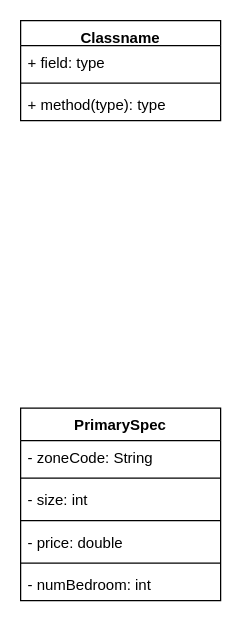
This is OOP/RealtyDatabase/RealtyDatabase.drawio from wang-owen/ICS4U, a draw.io file, before an edit. Source tidied: cells renumbered, new cells numbered last; positions are measured from the earlier drawing's top-left corner, leaving out a move shared by most shapes. Both pictures are drawn from the tidied source at 125%, with x=0, y=0 at pixel (20, 20).
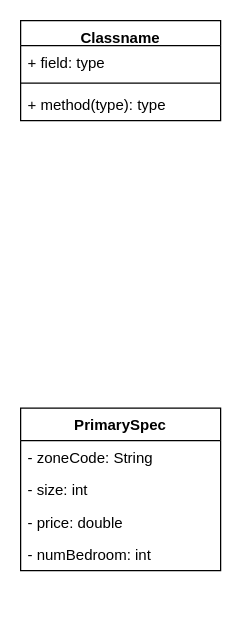
The same diagram, later.

Commit message:
primspec fields

The edit, as a diff of the source:
```diff
@@
 <mxGraphModel>
   <root>
     <mxCell id="0" />
     <mxCell id="1" parent="0" />
     <mxCell id="2" value="PrimarySpec" style="swimlane;fontStyle=1;align=center;verticalAlign=top;horizontal=1;startSize=26;" parent="1" vertex="1">
-      <mxGeometry y="310" width="160" height="154" as="geometry" />
+      <mxGeometry y="310" width="160" height="130" as="geometry" />
     </mxCell>
     <mxCell id="3" value="- zoneCode: String" style="text;strokeColor=none;fillColor=none;align=left;verticalAlign=top;spacingLeft=4;spacingRight=4;overflow=hidden;" parent="2" vertex="1">
       <mxGeometry y="26" width="160" height="26" as="geometry" />
     </mxCell>
-    <mxCell id="4" style="line;strokeWidth=1;fillColor=none;align=left;verticalAlign=middle;spacingTop=-1;spacingLeft=3;spacingRight=3;labelPosition=right;strokeColor=inherit;" parent="2" vertex="1">
-      <mxGeometry y="52" width="160" height="8" as="geometry" />
-    </mxCell>
     <mxCell id="5" value="- size: int" style="text;strokeColor=none;fillColor=none;align=left;verticalAlign=top;spacingLeft=4;spacingRight=4;overflow=hidden;" parent="2" vertex="1">
-      <mxGeometry y="60" width="160" height="26" as="geometry" />
+      <mxGeometry y="52" width="160" height="26" as="geometry" />
     </mxCell>
-    <mxCell id="6" style="line;strokeWidth=1;fillColor=none;align=left;verticalAlign=middle;spacingTop=-1;spacingLeft=3;spacingRight=3;labelPosition=right;strokeColor=inherit;" parent="2" vertex="1">
-      <mxGeometry y="86" width="160" height="8" as="geometry" />
-    </mxCell>
     <mxCell id="7" value="- price: double" style="text;strokeColor=none;fillColor=none;align=left;verticalAlign=top;spacingLeft=4;spacingRight=4;overflow=hidden;" parent="2" vertex="1">
-      <mxGeometry y="94" width="160" height="26" as="geometry" />
+      <mxGeometry y="78" width="160" height="26" as="geometry" />
     </mxCell>
-    <mxCell id="8" style="line;strokeWidth=1;fillColor=none;align=left;verticalAlign=middle;spacingTop=-1;spacingLeft=3;spacingRight=3;labelPosition=right;strokeColor=inherit;" parent="2" vertex="1">
-      <mxGeometry y="120" width="160" height="8" as="geometry" />
-    </mxCell>
     <mxCell id="9" value="- numBedroom: int" style="text;strokeColor=none;fillColor=none;align=left;verticalAlign=top;spacingLeft=4;spacingRight=4;overflow=hidden;" parent="2" vertex="1">
-      <mxGeometry y="128" width="160" height="26" as="geometry" />
+      <mxGeometry y="104" width="160" height="26" as="geometry" />
     </mxCell>
     <mxCell id="10" value="Classname" style="swimlane;fontStyle=1;align=center;verticalAlign=top;horizontal=1;startSize=20;" parent="1" vertex="1">
       <mxGeometry width="160" height="80" as="geometry" />
     </mxCell>
     <mxCell id="11" value="+ field: type" style="text;strokeColor=none;fillColor=none;align=left;verticalAlign=top;spacingLeft=4;spacingRight=4;overflow=hidden;" parent="10" vertex="1">
       <mxGeometry y="20" width="160" height="26" as="geometry" />
     </mxCell>
     <mxCell id="12" style="line;strokeWidth=1;fillColor=none;align=left;verticalAlign=middle;spacingTop=-1;spacingLeft=3;spacingRight=3;labelPosition=right;strokeColor=inherit;" parent="10" vertex="1">
       <mxGeometry y="46" width="160" height="8" as="geometry" />
     </mxCell>
     <mxCell id="13" value="+ method(type): type" style="text;strokeColor=none;fillColor=none;align=left;verticalAlign=top;spacingLeft=4;spacingRight=4;overflow=hidden;" parent="10" vertex="1">
       <mxGeometry y="54" width="160" height="26" as="geometry" />
     </mxCell>
   </root>
 </mxGraphModel>
```
